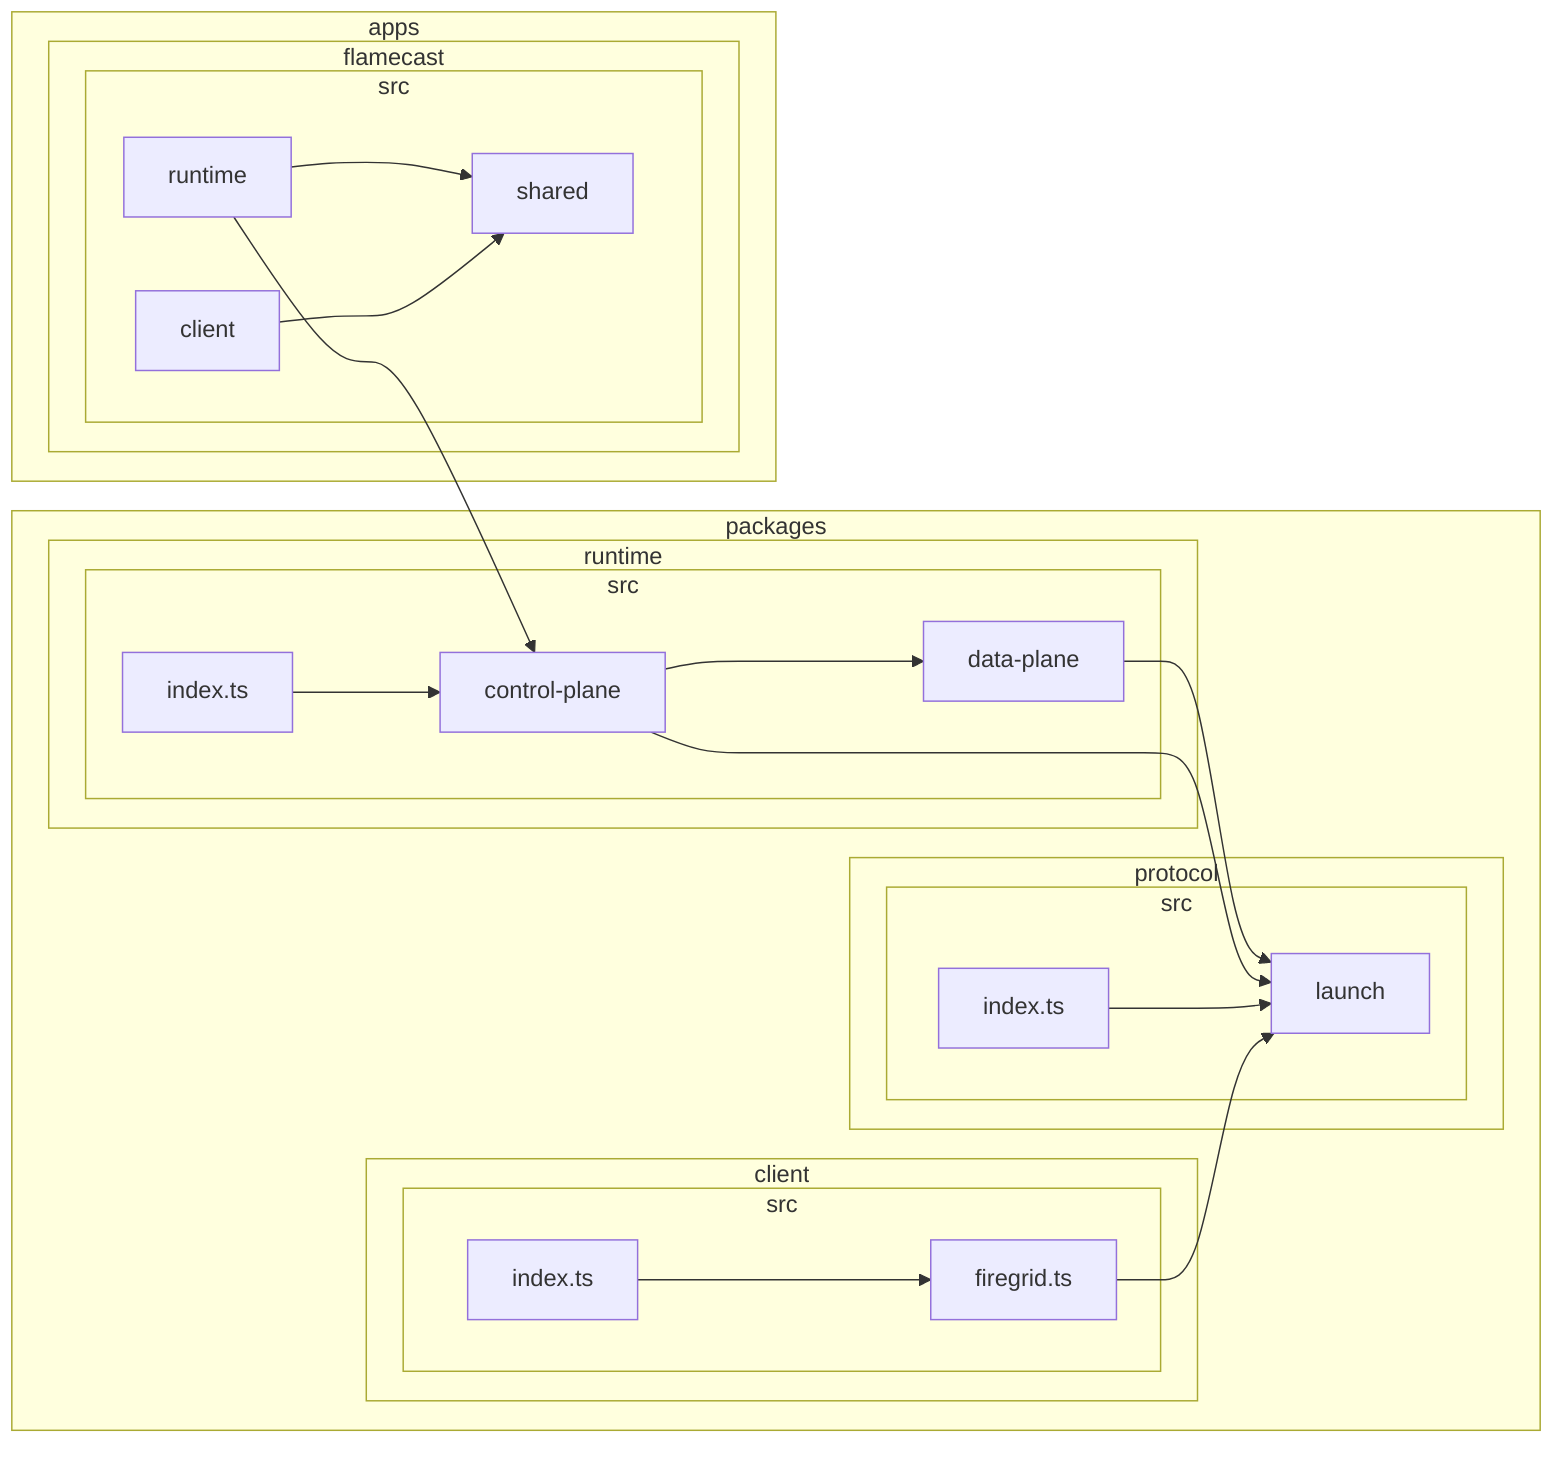
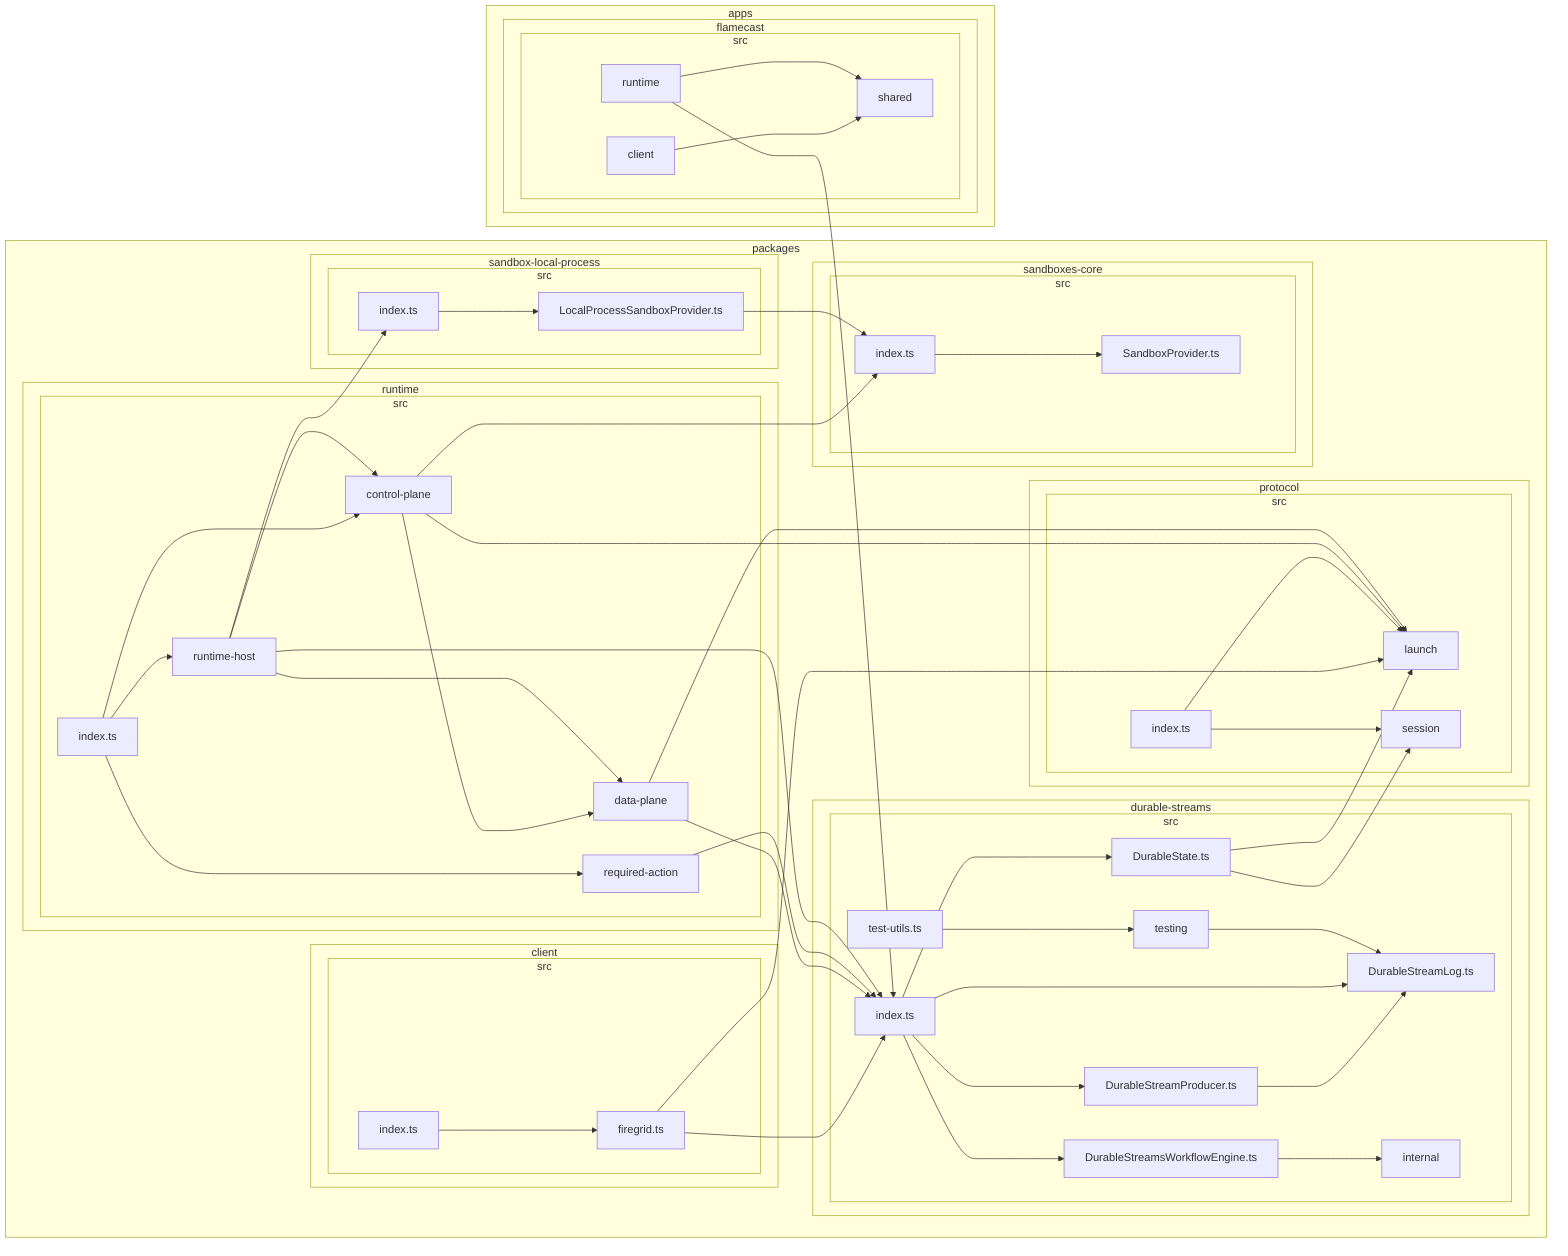
flowchart LR

subgraph 0["apps"]
subgraph 1["flamecast"]
subgraph 2["src"]
3["client"]
4["runtime"]
5["shared"]
end
end
end
subgraph 6["packages"]
subgraph 7["client"]
subgraph 8["src"]
9["firegrid.ts"]
A["index.ts"]
end
end
- subgraph B["protocol"]
+ subgraph B["durable-streams"]
subgraph C["src"]
- D["index.ts"]
- E["launch"]
+ D["DurableState.ts"]
+ E["DurableStreamLog.ts"]
+ F["DurableStreamProducer.ts"]
+ G["DurableStreamsWorkflowEngine.ts"]
+ H["index.ts"]
+ I["internal"]
+ J["test-utils.ts"]
+ K["testing"]
end
end
- subgraph F["runtime"]
- subgraph G["src"]
- H["control-plane"]
- I["data-plane"]
- J["index.ts"]
+ subgraph L["protocol"]
+ subgraph M["src"]
+ N["index.ts"]
+ O["launch"]
+ P["session"]
+ end
+ end
+ subgraph Q["runtime"]
+ subgraph R["src"]
+ S["control-plane"]
+ T["data-plane"]
+ U["index.ts"]
+ V["required-action"]
+ W["runtime-host"]
+ end
+ end
+ subgraph X["sandbox-local-process"]
+ subgraph Y["src"]
+ Z["LocalProcessSandboxProvider.ts"]
+ 10["index.ts"]
+ end
+ end
+ subgraph 11["sandboxes-core"]
+ subgraph 12["src"]
+ 13["SandboxProvider.ts"]
+ 14["index.ts"]
end
end
end
3-->5
4-->5
4-->H
- 9-->E
+ 9-->H
+ 9-->O
A-->9
- D-->E
- H-->I
+ D-->O
+ D-->P
+ F-->E
+ G-->I
+ H-->D
H-->E
- I-->E
- J-->H
+ H-->F
+ H-->G
+ J-->K
+ K-->E
+ N-->O
+ N-->P
+ S-->T
+ S-->O
+ S-->14
+ T-->H
+ T-->O
+ U-->S
+ U-->V
+ U-->W
+ V-->H
+ W-->S
+ W-->T
+ W-->H
+ W-->10
+ Z-->14
+ 10-->Z
+ 14-->13
